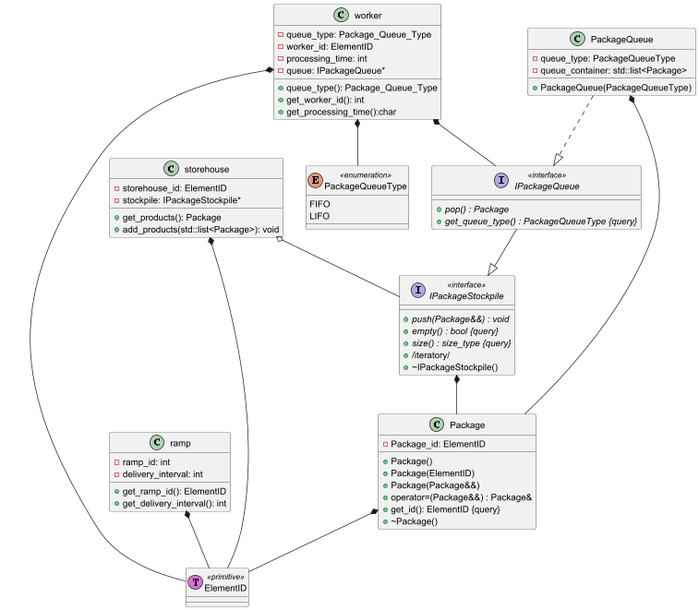
GrawtoG/NetSim keeps this PlantUML diagram as docs/uml.png. Above is the earlier version.
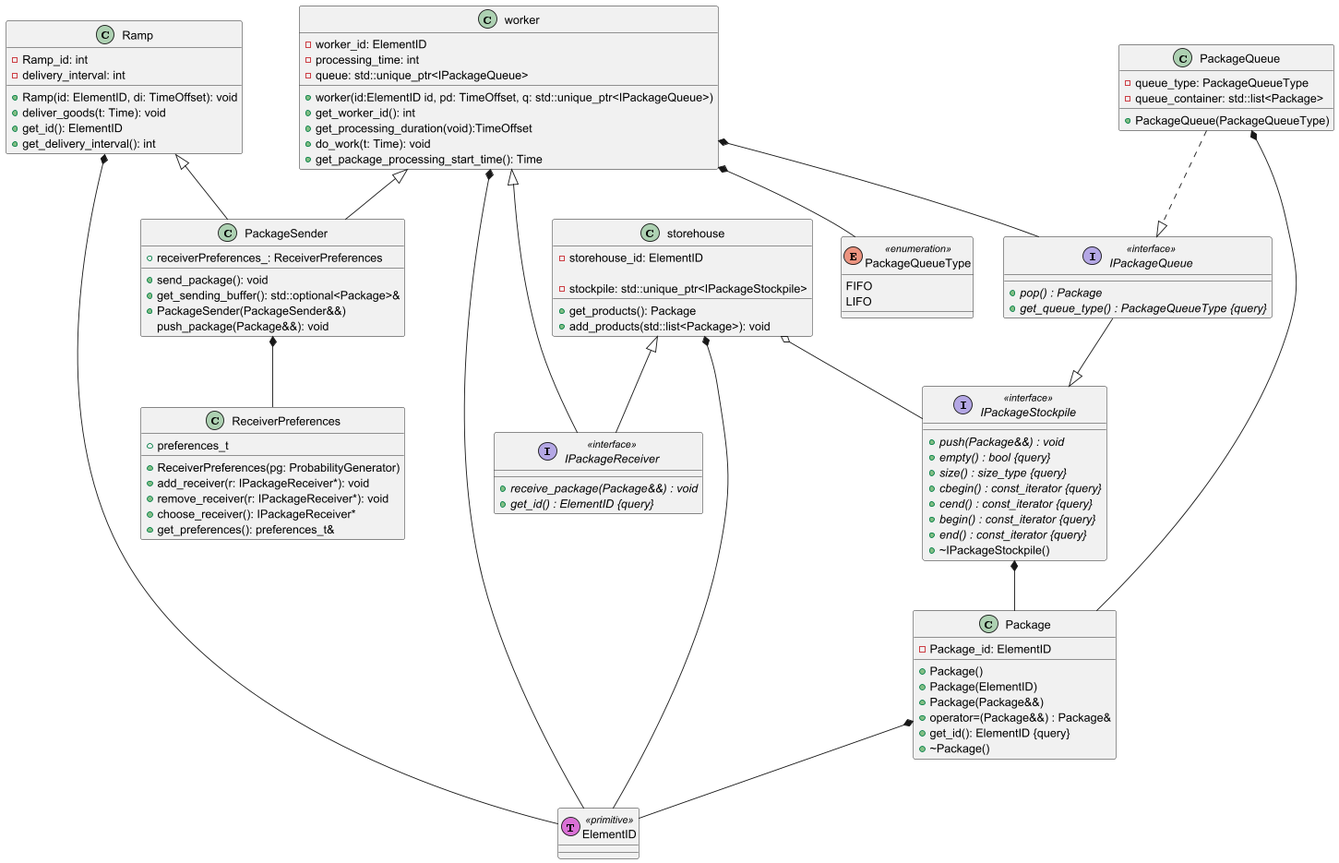
The same file after the commit.

The edit, as a diff of the source:
```diff
@@ -1,24 +1,47 @@
 @startuml
 class worker
 {
-+queue_type(): Package_Queue_Type
++worker(id:ElementID id, pd: TimeOffset, q: std::unique_ptr<IPackageQueue>)
 +get_worker_id(): int
-+get_processing_time():char
--queue_type: Package_Queue_Type
++get_processing_duration(void):TimeOffset
++do_work(t: Time): void
++get_package_processing_start_time(): Time
 -worker_id: ElementID
 -processing_time: int
--queue: IPackageQueue*
+-queue: std::unique_ptr<IPackageQueue>
 }
-class ramp{
-+get_ramp_id(): ElementID
+class Ramp{
++Ramp(id: ElementID, di: TimeOffset): void
++deliver_goods(t: Time): void
++get_id(): ElementID
 +get_delivery_interval(): int
--ramp_id: int
+-Ramp_id: int
 -delivery_interval: int
+}
+class PackageSender{
++receiverPreferences_: ReceiverPreferences
++send_package(): void
++get_sending_buffer(): std::optional<Package>&
++PackageSender(PackageSender&&)
+push_package(Package&&): void
+}
+interface IPackageReceiver <<interface>>{
++{abstract} receive_package(Package&&) : void
++{abstract} get_id() : ElementID {query}
+}
+class ReceiverPreferences{
++preferences_t
++ReceiverPreferences(pg: ProbabilityGenerator)
++add_receiver(r: IPackageReceiver*): void
++remove_receiver(r: IPackageReceiver*): void
++choose_receiver(): IPackageReceiver*
++get_preferences(): preferences_t&
 }
 class storehouse{
 -storehouse_id: ElementID
+
 +get_products(): Package
--stockpile: IPackageStockpile*
+-stockpile: std::unique_ptr<IPackageStockpile>
 +add_products(std::list<Package>): void
 }
 
@@ -29,7 +52,10 @@
 	    + {abstract} push(Package&&) : void
 	    + {abstract} empty() : bool {query}
 	    + {abstract} size() : size_type {query}
-	    + {method} /iteratory/
+	    + {abstract} cbegin() : const_iterator {query}
+        + {abstract} cend() : const_iterator {query}
+        + {abstract} begin() : const_iterator {query}
+        + {abstract} end() : const_iterator {query}
 	    + ~IPackageStockpile()
 	}
 
@@ -72,9 +98,14 @@
 storehouse *-- ElementID
 Package *-- ElementID
 PackageQueue *-- Package
-ramp *-- ElementID
+Ramp *-- ElementID
 storehouse o-- IPackageStockpile
 	class ElementID << (T,orchid) primitive>>
+PackageSender *-- ReceiverPreferences
+Ramp <|-- PackageSender
+worker <|-- PackageSender
 
+storehouse <|-- IPackageReceiver
+worker <|-- IPackageReceiver
 
 @enduml
```
